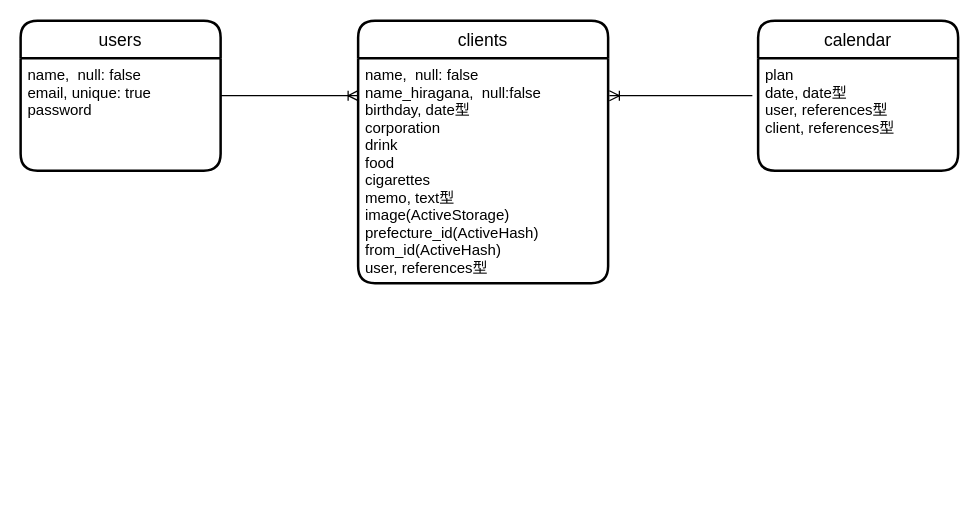
The draw.io diagram config/cmt.dio in lavie666/cmt_35232, before the edit. Source tidied: cells renumbered, new cells numbered last; positions are measured from the earlier drawing's top-left corner, leaving out a move shared by most shapes. Both pictures are drawn from the tidied source at 125%, with x=0, y=0 at pixel (20, 20).
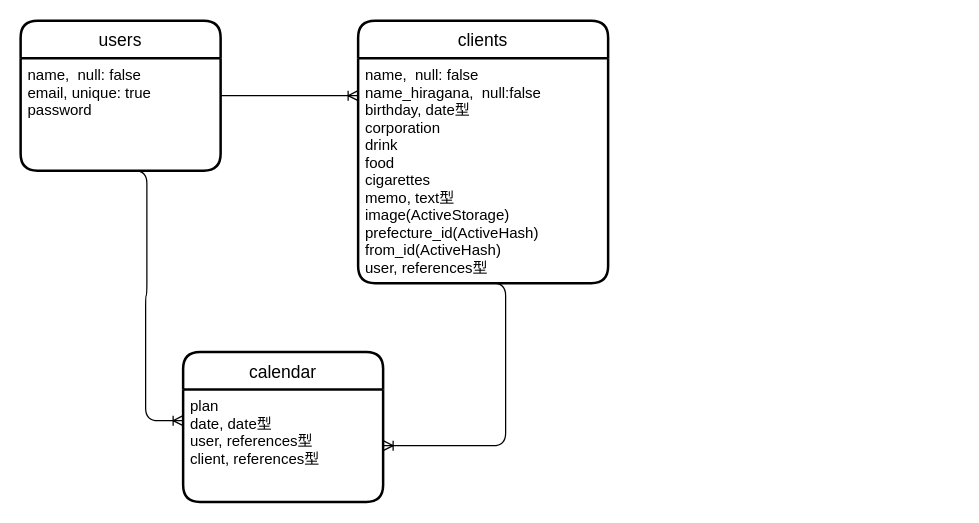
After the change.

Commit message (it also covers changes not shown here):
モデルとER図の修正

Change to the diagram source:
```diff
@@
 <mxGraphModel>
   <root>
     <mxCell id="0" />
     <mxCell id="1" parent="0" />
     <mxCell id="2" value="users" style="swimlane;horizontal=1;startSize=30;rounded=1;fontSize=14;fontStyle=0;strokeWidth=2;shadow=0;dashed=0;align=center;" parent="1" vertex="1">
       <mxGeometry width="160" height="120" as="geometry" />
     </mxCell>
     <mxCell id="3" value="name,  null: false&#10;email, unique: true&#10;password" style="align=left;strokeColor=none;fillColor=none;spacingLeft=4;fontSize=12;verticalAlign=top;" parent="2" vertex="1">
       <mxGeometry y="30" width="160" height="90" as="geometry" />
     </mxCell>
     <mxCell id="4" value="clients" style="swimlane;horizontal=1;startSize=30;rounded=1;fontSize=14;fontStyle=0;strokeWidth=2;shadow=0;dashed=0;align=center;" parent="1" vertex="1">
       <mxGeometry x="270" width="200" height="210" as="geometry" />
     </mxCell>
     <mxCell id="5" value="name,  null: false&#10;name_hiragana,  null:false&#10;birthday, date型&#10;corporation&#10;drink&#10;food&#10;cigarettes&#10;memo, text型&#10;image(ActiveStorage)&#10;prefecture_id(ActiveHash)&#10;from_id(ActiveHash)&#10;user, references型" style="align=left;strokeColor=none;fillColor=none;spacingLeft=4;fontSize=12;verticalAlign=top;" parent="4" vertex="1">
       <mxGeometry y="30" width="200" height="180" as="geometry" />
     </mxCell>
     <mxCell id="6" style="edgeStyle=entityRelationEdgeStyle;fontSize=12;html=1;endArrow=ERoneToMany;" parent="1" edge="1">
       <mxGeometry relative="1" as="geometry">
         <mxPoint x="160" y="60" as="sourcePoint" />
         <mxPoint x="270" y="60" as="targetPoint" />
       </mxGeometry>
     </mxCell>
-    <mxCell id="7" style="edgeStyle=entityRelationEdgeStyle;fontSize=12;html=1;endArrow=ERoneToMany;entryX=1.005;entryY=0.167;entryDx=0;entryDy=0;entryPerimeter=0;" parent="1" edge="1" target="5">
-      <mxGeometry relative="1" as="geometry">
-        <mxPoint x="560" y="60" as="sourcePoint" />
-      </mxGeometry>
-    </mxCell>
     <mxCell id="8" value="calendar" style="swimlane;horizontal=1;startSize=30;rounded=1;fontSize=14;fontStyle=0;strokeWidth=2;shadow=0;dashed=0;align=center;" parent="1" vertex="1">
-      <mxGeometry x="590" width="160" height="120" as="geometry" />
+      <mxGeometry x="130" y="265" width="160" height="120" as="geometry" />
     </mxCell>
     <mxCell id="9" value="plan&#10;date, date型&#10;user, references型&#10;client, references型" style="align=left;strokeColor=none;fillColor=none;spacingLeft=4;fontSize=12;verticalAlign=top;" parent="8" vertex="1">
       <mxGeometry y="30" width="160" height="90" as="geometry" />
     </mxCell>
+    <mxCell id="10" style="edgeStyle=entityRelationEdgeStyle;fontSize=12;html=1;endArrow=ERoneToMany;" parent="1" edge="1">
+      <mxGeometry relative="1" as="geometry">
+        <mxPoint x="71" y="120" as="sourcePoint" />
+        <mxPoint x="130" y="320" as="targetPoint" />
+      </mxGeometry>
+    </mxCell>
+    <mxCell id="11" style="edgeStyle=entityRelationEdgeStyle;fontSize=12;html=1;endArrow=ERoneToMany;" parent="1" edge="1" target="9">
+      <mxGeometry relative="1" as="geometry">
+        <mxPoint x="358" y="210" as="sourcePoint" />
+      </mxGeometry>
+    </mxCell>
   </root>
 </mxGraphModel>
```
